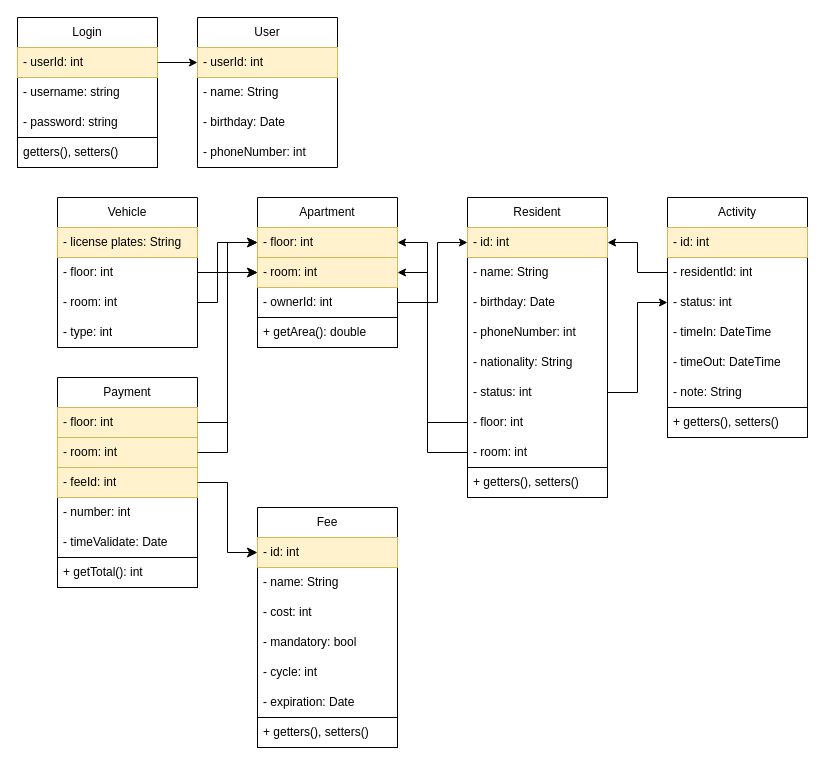
Before: sqlChart.drawio in liguang612/ApartmentManagement, a draw.io diagram. Source tidied: cells renumbered, new cells numbered last; positions are measured from the earlier drawing's top-left corner, leaving out a move shared by most shapes. Both pictures are drawn from the tidied source at 100%, with x=0, y=0 at pixel (17, 17).
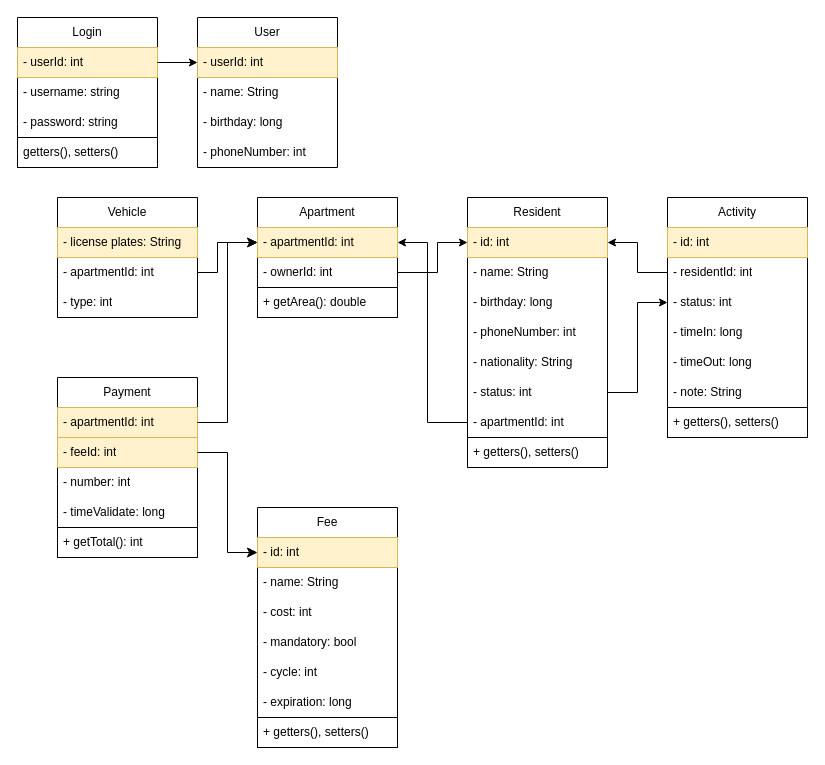
The same page after the edit.

Unchanged cells that the change refers to:
```xml
<mxCell id="8" value="User" style="swimlane;fontStyle=0;horizontal=1;startSize=30;whiteSpace=wrap;html=1;" parent="1" vertex="1">
  <mxGeometry x="180" width="140" height="150" as="geometry" />
</mxCell>
<mxCell id="21" value="- id: int" style="text;strokeColor=#d6b656;fillColor=#fff2cc;align=left;verticalAlign=middle;spacingLeft=4;spacingRight=4;overflow=hidden;points=[[0,0.5],[1,0.5]];portConstraint=eastwest;whiteSpace=wrap;html=1;" parent="20" vertex="1">
  <mxGeometry y="30" width="140" height="30" as="geometry" />
</mxCell>
<mxCell id="34" value="Activity" style="swimlane;fontStyle=0;horizontal=1;startSize=30;whiteSpace=wrap;html=1;" parent="1" vertex="1">
  <mxGeometry x="650" y="180" width="140" height="240" as="geometry" />
</mxCell>
<mxCell id="45" value="Fee" style="swimlane;fontStyle=0;horizontal=1;startSize=30;whiteSpace=wrap;html=1;" parent="1" vertex="1">
  <mxGeometry x="240" y="490" width="140" height="240" as="geometry" />
</mxCell>
```

Diff of the diagram source:
```diff
@@
-    <mxCell id="11" value="- birthday: Date" style="text;strokeColor=none;fillColor=none;align=left;verticalAlign=middle;spacingLeft=4;spacingRight=4;overflow=hidden;whiteSpace=wrap;html=1;" parent="8" vertex="1">
+    <mxCell id="11" value="- birthday: long" style="text;strokeColor=none;fillColor=none;align=left;verticalAlign=middle;spacingLeft=4;spacingRight=4;overflow=hidden;whiteSpace=wrap;html=1;" parent="8" vertex="1">
       <mxGeometry y="90" width="140" height="30" as="geometry" />
     </mxCell>
@@
     <mxCell id="14" value="Apartment" style="swimlane;fontStyle=0;horizontal=1;startSize=30;whiteSpace=wrap;html=1;" parent="1" vertex="1">
-      <mxGeometry x="240" y="180" width="140" height="150" as="geometry" />
+      <mxGeometry x="240" y="180" width="140" height="120" as="geometry" />
     </mxCell>
-    <mxCell id="15" value="- floor: int" style="text;strokeColor=#d6b656;fillColor=#fff2cc;align=left;verticalAlign=middle;spacingLeft=4;spacingRight=4;overflow=hidden;points=[[0,0.5],[1,0.5]];portConstraint=eastwest;whiteSpace=wrap;html=1;" parent="14" vertex="1">
+    <mxCell id="15" value="- apartmentId: int" style="text;strokeColor=#d6b656;fillColor=#fff2cc;align=left;verticalAlign=middle;spacingLeft=4;spacingRight=4;overflow=hidden;points=[[0,0.5],[1,0.5]];portConstraint=eastwest;whiteSpace=wrap;html=1;" parent="14" vertex="1">
       <mxGeometry y="30" width="140" height="30" as="geometry" />
     </mxCell>
-    <mxCell id="16" value="- room: int" style="text;strokeColor=#d6b656;fillColor=#fff2cc;align=left;verticalAlign=middle;spacingLeft=4;spacingRight=4;overflow=hidden;points=[[0,0.5],[1,0.5]];portConstraint=eastwest;whiteSpace=wrap;html=1;" parent="14" vertex="1">
-      <mxGeometry y="60" width="140" height="30" as="geometry" />
-    </mxCell>
     <mxCell id="17" value="- ownerId: int" style="text;strokeColor=none;fillColor=none;align=left;verticalAlign=middle;spacingLeft=4;spacingRight=4;overflow=hidden;points=[[0,0.5],[1,0.5]];portConstraint=eastwest;whiteSpace=wrap;html=1;" parent="14" vertex="1">
-      <mxGeometry y="90" width="140" height="30" as="geometry" />
+      <mxGeometry y="60" width="140" height="30" as="geometry" />
     </mxCell>
     <mxCell id="18" style="swimlane;startSize=0;" parent="14" vertex="1">
-      <mxGeometry y="120" width="140" height="30" as="geometry" />
+      <mxGeometry y="90" width="140" height="30" as="geometry" />
     </mxCell>
@@
     <mxCell id="20" value="Resident" style="swimlane;fontStyle=0;horizontal=1;startSize=30;whiteSpace=wrap;html=1;" parent="1" vertex="1">
-      <mxGeometry x="450" y="180" width="140" height="300" as="geometry" />
+      <mxGeometry x="450" y="180" width="140" height="270" as="geometry" />
     </mxCell>
@@
-    <mxCell id="23" value="- birthday: Date" style="text;strokeColor=none;fillColor=none;align=left;verticalAlign=middle;spacingLeft=4;spacingRight=4;overflow=hidden;whiteSpace=wrap;html=1;" parent="20" vertex="1">
+    <mxCell id="23" value="- birthday: long" style="text;strokeColor=none;fillColor=none;align=left;verticalAlign=middle;spacingLeft=4;spacingRight=4;overflow=hidden;whiteSpace=wrap;html=1;" parent="20" vertex="1">
       <mxGeometry y="90" width="140" height="30" as="geometry" />
     </mxCell>
@@
-    <mxCell id="27" value="- floor: int" style="text;strokeColor=none;fillColor=none;align=left;verticalAlign=middle;spacingLeft=4;spacingRight=4;overflow=hidden;points=[[0,0.5],[1,0.5]];portConstraint=eastwest;whiteSpace=wrap;html=1;" parent="20" vertex="1">
+    <mxCell id="27" value="- apartmentId: int" style="text;strokeColor=none;fillColor=none;align=left;verticalAlign=middle;spacingLeft=4;spacingRight=4;overflow=hidden;points=[[0,0.5],[1,0.5]];portConstraint=eastwest;whiteSpace=wrap;html=1;" parent="20" vertex="1">
       <mxGeometry y="210" width="140" height="30" as="geometry" />
     </mxCell>
-    <mxCell id="28" value="- room: int" style="text;strokeColor=none;fillColor=none;align=left;verticalAlign=middle;spacingLeft=4;spacingRight=4;overflow=hidden;points=[[0,0.5],[1,0.5]];portConstraint=eastwest;whiteSpace=wrap;html=1;" parent="20" vertex="1">
-      <mxGeometry y="240" width="140" height="30" as="geometry" />
-    </mxCell>
     <mxCell id="29" style="swimlane;startSize=0;" parent="20" vertex="1">
-      <mxGeometry y="270" width="140" height="30" as="geometry" />
+      <mxGeometry y="240" width="140" height="30" as="geometry" />
     </mxCell>
@@
-    <mxCell id="31" style="edgeStyle=orthogonalEdgeStyle;rounded=0;jettySize=auto;html=1;entryX=0;entryY=0.5;entryDx=0;entryDy=0;" parent="1" edge="1" source="17" target="21">
+    <mxCell id="31" style="edgeStyle=orthogonalEdgeStyle;rounded=0;jettySize=auto;html=1;entryX=0;entryY=0.5;entryDx=0;entryDy=0;exitX=1;exitY=0.5;exitDx=0;exitDy=0;" parent="1" edge="1" source="17" target="21">
       <mxGeometry relative="1" as="geometry">
         <Array as="points">
-          <mxPoint x="420" y="285" />
+          <mxPoint x="420" y="255" />
           <mxPoint x="420" y="225" />
         </Array>
       </mxGeometry>
     </mxCell>
@@
-    <mxCell id="33" style="edgeStyle=orthogonalEdgeStyle;rounded=0;jettySize=auto;html=1;entryX=1;entryY=0.5;entryDx=0;entryDy=0;exitX=0;exitY=0.5;exitDx=0;exitDy=0;" parent="1" edge="1" source="28" target="16">
-      <mxGeometry relative="1" as="geometry">
-        <Array as="points">
-          <mxPoint x="410" y="435" />
-          <mxPoint x="410" y="255" />
-        </Array>
-      </mxGeometry>
-    </mxCell>
@@
-    <mxCell id="38" value="- timeIn: DateTime" style="text;strokeColor=none;fillColor=none;align=left;verticalAlign=middle;spacingLeft=4;spacingRight=4;overflow=hidden;whiteSpace=wrap;html=1;" parent="34" vertex="1">
+    <mxCell id="38" value="- timeIn: long" style="text;strokeColor=none;fillColor=none;align=left;verticalAlign=middle;spacingLeft=4;spacingRight=4;overflow=hidden;whiteSpace=wrap;html=1;" parent="34" vertex="1">
       <mxGeometry y="120" width="140" height="30" as="geometry" />
     </mxCell>
-    <mxCell id="39" value="- timeOut: DateTime" style="text;strokeColor=none;fillColor=none;align=left;verticalAlign=middle;spacingLeft=4;spacingRight=4;overflow=hidden;whiteSpace=wrap;html=1;" parent="34" vertex="1">
+    <mxCell id="39" value="- timeOut: long" style="text;strokeColor=none;fillColor=none;align=left;verticalAlign=middle;spacingLeft=4;spacingRight=4;overflow=hidden;whiteSpace=wrap;html=1;" parent="34" vertex="1">
       <mxGeometry y="150" width="140" height="30" as="geometry" />
     </mxCell>
@@
-    <mxCell id="51" value="- expiration: Date" style="text;strokeColor=none;fillColor=none;align=left;verticalAlign=middle;spacingLeft=4;spacingRight=4;overflow=hidden;whiteSpace=wrap;html=1;" parent="45" vertex="1">
+    <mxCell id="51" value="- expiration: long" style="text;strokeColor=none;fillColor=none;align=left;verticalAlign=middle;spacingLeft=4;spacingRight=4;overflow=hidden;whiteSpace=wrap;html=1;" parent="45" vertex="1">
       <mxGeometry y="180" width="140" height="30" as="geometry" />
     </mxCell>
@@
     <mxCell id="54" value="Payment" style="swimlane;fontStyle=0;horizontal=1;startSize=30;whiteSpace=wrap;html=1;" parent="1" vertex="1">
-      <mxGeometry x="40" y="360" width="140" height="210" as="geometry" />
+      <mxGeometry x="40" y="360" width="140" height="180" as="geometry" />
     </mxCell>
-    <mxCell id="55" value="- floor: int" style="text;strokeColor=#d6b656;fillColor=#fff2cc;align=left;verticalAlign=middle;spacingLeft=4;spacingRight=4;overflow=hidden;points=[[0,0.5],[1,0.5]];portConstraint=eastwest;whiteSpace=wrap;html=1;" parent="54" vertex="1">
+    <mxCell id="55" value="- apartmentId: int" style="text;strokeColor=#d6b656;fillColor=#fff2cc;align=left;verticalAlign=middle;spacingLeft=4;spacingRight=4;overflow=hidden;points=[[0,0.5],[1,0.5]];portConstraint=eastwest;whiteSpace=wrap;html=1;" parent="54" vertex="1">
       <mxGeometry y="30" width="140" height="30" as="geometry" />
     </mxCell>
-    <mxCell id="56" value="- room: int" style="text;strokeColor=#d6b656;fillColor=#fff2cc;align=left;verticalAlign=middle;spacingLeft=4;spacingRight=4;overflow=hidden;points=[[0,0.5],[1,0.5]];portConstraint=eastwest;whiteSpace=wrap;html=1;" parent="54" vertex="1">
-      <mxGeometry y="60" width="140" height="30" as="geometry" />
-    </mxCell>
     <mxCell id="57" value="- feeId: int" style="text;strokeColor=#d6b656;fillColor=#fff2cc;align=left;verticalAlign=middle;spacingLeft=4;spacingRight=4;overflow=hidden;points=[[0,0.5],[1,0.5]];portConstraint=eastwest;whiteSpace=wrap;html=1;" parent="54" vertex="1">
-      <mxGeometry y="90" width="140" height="30" as="geometry" />
+      <mxGeometry y="60" width="140" height="30" as="geometry" />
     </mxCell>
     <mxCell id="58" value="- number: int" style="text;strokeColor=none;fillColor=none;align=left;verticalAlign=middle;spacingLeft=4;spacingRight=4;overflow=hidden;whiteSpace=wrap;html=1;" parent="54" vertex="1">
-      <mxGeometry y="120" width="140" height="30" as="geometry" />
+      <mxGeometry y="90" width="140" height="30" as="geometry" />
     </mxCell>
-    <mxCell id="59" value="- timeValidate: Date" style="text;strokeColor=none;fillColor=none;align=left;verticalAlign=middle;spacingLeft=4;spacingRight=4;overflow=hidden;whiteSpace=wrap;html=1;" parent="54" vertex="1">
-      <mxGeometry y="150" width="140" height="30" as="geometry" />
+    <mxCell id="59" value="- timeValidate: long" style="text;strokeColor=none;fillColor=none;align=left;verticalAlign=middle;spacingLeft=4;spacingRight=4;overflow=hidden;whiteSpace=wrap;html=1;" parent="54" vertex="1">
+      <mxGeometry y="120" width="140" height="30" as="geometry" />
     </mxCell>
     <mxCell id="60" style="swimlane;startSize=0;" parent="54" vertex="1">
-      <mxGeometry y="180" width="140" height="30" as="geometry" />
+      <mxGeometry y="150" width="140" height="30" as="geometry" />
     </mxCell>
@@
-    <mxCell id="63" style="edgeStyle=elbowEdgeStyle;elbow=horizontal;endArrow=classic;html=1;curved=0;rounded=0;endSize=8;startSize=8;exitX=1;exitY=0.5;exitDx=0;exitDy=0;entryX=0;entryY=0.5;entryDx=0;entryDy=0;" parent="1" edge="1" source="56" target="16">
-      <mxGeometry relative="1" as="geometry" />
-    </mxCell>
@@
     <mxCell id="65" value="Vehicle" style="swimlane;fontStyle=0;horizontal=1;startSize=30;whiteSpace=wrap;html=1;" parent="1" vertex="1">
-      <mxGeometry x="40" y="180" width="140" height="150" as="geometry" />
+      <mxGeometry x="40" y="180" width="140" height="120" as="geometry" />
     </mxCell>
@@
-    <mxCell id="67" value="- floor: int" style="text;strokeColor=none;fillColor=none;align=left;verticalAlign=middle;spacingLeft=4;spacingRight=4;overflow=hidden;points=[[0,0.5],[1,0.5]];portConstraint=eastwest;whiteSpace=wrap;html=1;" parent="65" vertex="1">
+    <mxCell id="67" value="- apartmentId: int" style="text;strokeColor=none;fillColor=none;align=left;verticalAlign=middle;spacingLeft=4;spacingRight=4;overflow=hidden;points=[[0,0.5],[1,0.5]];portConstraint=eastwest;whiteSpace=wrap;html=1;" parent="65" vertex="1">
       <mxGeometry y="60" width="140" height="30" as="geometry" />
     </mxCell>
-    <mxCell id="68" value="- room: int" style="text;strokeColor=none;fillColor=none;align=left;verticalAlign=middle;spacingLeft=4;spacingRight=4;overflow=hidden;points=[[0,0.5],[1,0.5]];portConstraint=eastwest;whiteSpace=wrap;html=1;" parent="65" vertex="1">
-      <mxGeometry y="90" width="140" height="30" as="geometry" />
-    </mxCell>
     <mxCell id="69" value="- type: int" style="text;strokeColor=none;fillColor=none;align=left;verticalAlign=middle;spacingLeft=4;spacingRight=4;overflow=hidden;whiteSpace=wrap;html=1;" parent="65" vertex="1">
-      <mxGeometry y="120" width="140" height="30" as="geometry" />
+      <mxGeometry y="90" width="140" height="30" as="geometry" />
     </mxCell>
@@
-    <mxCell id="71" style="edgeStyle=orthogonalEdgeStyle;rounded=0;jettySize=auto;html=1;entryX=0;entryY=0.5;entryDx=0;entryDy=0;" parent="1" edge="1" source="68" target="16">
-      <mxGeometry relative="1" as="geometry">
-        <Array as="points">
-          <mxPoint x="200" y="285" />
-          <mxPoint x="200" y="255" />
-        </Array>
-      </mxGeometry>
-    </mxCell>
```
